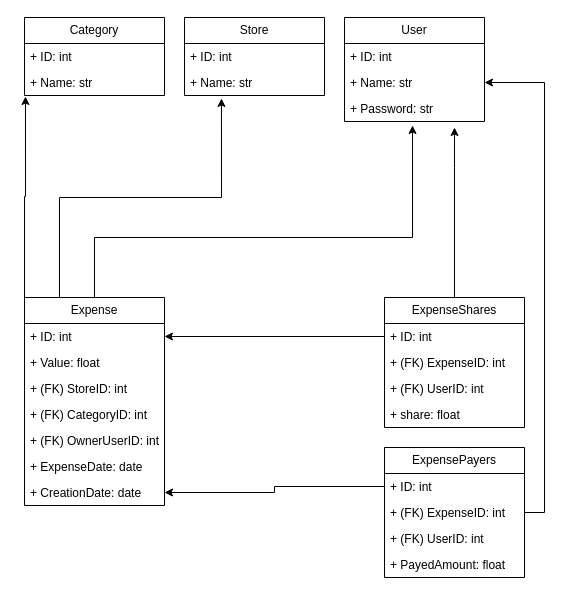
Earlier version of the draw.io diagram expenses.drawio (ESilva15/ExpSplitter). Source tidied: cells renumbered, new cells numbered last; positions are measured from the earlier drawing's top-left corner, leaving out a move shared by most shapes. Both pictures are drawn from the tidied source at 100%, with x=0, y=0 at pixel (24, 17).
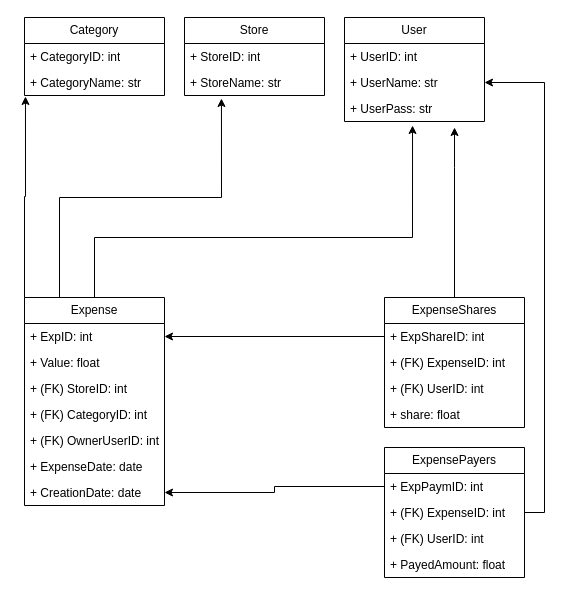
Above is the later version.

Unchanged cells that the change refers to:
```xml
<mxCell id="2" value="Expense" style="swimlane;fontStyle=0;horizontal=1;startSize=26;fillColor=none;whiteSpace=wrap;html=1;" parent="1" vertex="1">
  <mxGeometry y="280" width="140" height="208" as="geometry" />
</mxCell>
<mxCell id="10" value="Category" style="swimlane;fontStyle=0;horizontal=1;startSize=26;fillColor=none;whiteSpace=wrap;html=1;" parent="1" vertex="1">
  <mxGeometry width="140" height="78" as="geometry" />
</mxCell>
<mxCell id="13" value="Store" style="swimlane;fontStyle=0;horizontal=1;startSize=26;fillColor=none;whiteSpace=wrap;html=1;" parent="1" vertex="1">
  <mxGeometry x="160" width="140" height="78" as="geometry" />
</mxCell>
<mxCell id="16" value="User" style="swimlane;fontStyle=0;horizontal=1;startSize=26;fillColor=none;whiteSpace=wrap;html=1;" parent="1" vertex="1">
  <mxGeometry x="320" width="140" height="104" as="geometry" />
</mxCell>
<mxCell id="20" value="ExpensePayers" style="swimlane;fontStyle=0;horizontal=1;startSize=26;fillColor=none;whiteSpace=wrap;html=1;" parent="1" vertex="1">
  <mxGeometry x="360" y="430" width="140" height="130" as="geometry" />
</mxCell>
<mxCell id="25" value="ExpenseShares" style="swimlane;fontStyle=0;horizontal=1;startSize=26;fillColor=none;whiteSpace=wrap;html=1;" parent="1" vertex="1">
  <mxGeometry x="360" y="280" width="140" height="130" as="geometry" />
</mxCell>
```

Diff of the diagram source:
```diff
@@
-    <mxCell id="3" value="+ ID: int&lt;span style=&quot;white-space: pre;&quot;&gt;&#9;&lt;/span&gt;" style="text;strokeColor=none;fillColor=none;align=left;verticalAlign=top;spacingLeft=4;spacingRight=4;overflow=hidden;points=[[0,0.5],[1,0.5]];portConstraint=eastwest;whiteSpace=wrap;html=1;" parent="2" vertex="1">
+    <mxCell id="3" value="+ ExpID: int&lt;span style=&quot;white-space: pre;&quot;&gt;&#9;&lt;/span&gt;" style="text;strokeColor=none;fillColor=none;align=left;verticalAlign=top;spacingLeft=4;spacingRight=4;overflow=hidden;points=[[0,0.5],[1,0.5]];portConstraint=eastwest;whiteSpace=wrap;html=1;" parent="2" vertex="1">
       <mxGeometry y="26" width="140" height="26" as="geometry" />
     </mxCell>
@@
-    <mxCell id="11" value="+ ID: int" style="text;strokeColor=none;fillColor=none;align=left;verticalAlign=top;spacingLeft=4;spacingRight=4;overflow=hidden;whiteSpace=wrap;html=1;" parent="10" vertex="1">
+    <mxCell id="11" value="+ CategoryID: int" style="text;strokeColor=none;fillColor=none;align=left;verticalAlign=top;spacingLeft=4;spacingRight=4;overflow=hidden;whiteSpace=wrap;html=1;" parent="10" vertex="1">
       <mxGeometry y="26" width="140" height="26" as="geometry" />
     </mxCell>
-    <mxCell id="12" value="+ Name: str" style="text;strokeColor=none;fillColor=none;align=left;verticalAlign=top;spacingLeft=4;spacingRight=4;overflow=hidden;points=[[0,0.5],[1,0.5]];portConstraint=eastwest;whiteSpace=wrap;html=1;" parent="10" vertex="1">
+    <mxCell id="12" value="+ CategoryName: str" style="text;strokeColor=none;fillColor=none;align=left;verticalAlign=top;spacingLeft=4;spacingRight=4;overflow=hidden;points=[[0,0.5],[1,0.5]];portConstraint=eastwest;whiteSpace=wrap;html=1;" parent="10" vertex="1">
       <mxGeometry y="52" width="140" height="26" as="geometry" />
     </mxCell>
@@
-    <mxCell id="14" value="+ ID: int" style="text;strokeColor=none;fillColor=none;align=left;verticalAlign=top;spacingLeft=4;spacingRight=4;overflow=hidden;whiteSpace=wrap;html=1;" parent="13" vertex="1">
+    <mxCell id="14" value="+ StoreID: int" style="text;strokeColor=none;fillColor=none;align=left;verticalAlign=top;spacingLeft=4;spacingRight=4;overflow=hidden;whiteSpace=wrap;html=1;" parent="13" vertex="1">
       <mxGeometry y="26" width="140" height="26" as="geometry" />
     </mxCell>
-    <mxCell id="15" value="+ Name: str" style="text;strokeColor=none;fillColor=none;align=left;verticalAlign=top;spacingLeft=4;spacingRight=4;overflow=hidden;points=[[0,0.5],[1,0.5]];portConstraint=eastwest;whiteSpace=wrap;html=1;" parent="13" vertex="1">
+    <mxCell id="15" value="+ StoreName: str" style="text;strokeColor=none;fillColor=none;align=left;verticalAlign=top;spacingLeft=4;spacingRight=4;overflow=hidden;points=[[0,0.5],[1,0.5]];portConstraint=eastwest;whiteSpace=wrap;html=1;" parent="13" vertex="1">
       <mxGeometry y="52" width="140" height="26" as="geometry" />
     </mxCell>
@@
-    <mxCell id="17" value="+ ID: int" style="text;strokeColor=none;fillColor=none;align=left;verticalAlign=top;spacingLeft=4;spacingRight=4;overflow=hidden;whiteSpace=wrap;html=1;" parent="16" vertex="1">
+    <mxCell id="17" value="+ UserID: int" style="text;strokeColor=none;fillColor=none;align=left;verticalAlign=top;spacingLeft=4;spacingRight=4;overflow=hidden;whiteSpace=wrap;html=1;" parent="16" vertex="1">
       <mxGeometry y="26" width="140" height="26" as="geometry" />
     </mxCell>
-    <mxCell id="18" value="+ Name: str" style="text;strokeColor=none;fillColor=none;align=left;verticalAlign=top;spacingLeft=4;spacingRight=4;overflow=hidden;points=[[0,0.5],[1,0.5]];portConstraint=eastwest;whiteSpace=wrap;html=1;" parent="16" vertex="1">
+    <mxCell id="18" value="+ UserName: str" style="text;strokeColor=none;fillColor=none;align=left;verticalAlign=top;spacingLeft=4;spacingRight=4;overflow=hidden;points=[[0,0.5],[1,0.5]];portConstraint=eastwest;whiteSpace=wrap;html=1;" parent="16" vertex="1">
       <mxGeometry y="52" width="140" height="26" as="geometry" />
     </mxCell>
-    <mxCell id="19" value="+ Password: str" style="text;strokeColor=none;fillColor=none;align=left;verticalAlign=top;spacingLeft=4;spacingRight=4;overflow=hidden;points=[[0,0.5],[1,0.5]];portConstraint=eastwest;whiteSpace=wrap;html=1;" parent="16" vertex="1">
+    <mxCell id="19" value="+ UserPass: str" style="text;strokeColor=none;fillColor=none;align=left;verticalAlign=top;spacingLeft=4;spacingRight=4;overflow=hidden;points=[[0,0.5],[1,0.5]];portConstraint=eastwest;whiteSpace=wrap;html=1;" parent="16" vertex="1">
       <mxGeometry y="78" width="140" height="26" as="geometry" />
     </mxCell>
@@
-    <mxCell id="21" value="+ ID: int" style="text;strokeColor=none;fillColor=none;align=left;verticalAlign=top;spacingLeft=4;spacingRight=4;overflow=hidden;points=[[0,0.5],[1,0.5]];portConstraint=eastwest;whiteSpace=wrap;html=1;" parent="20" vertex="1">
+    <mxCell id="21" value="+ ExpPaymID: int" style="text;strokeColor=none;fillColor=none;align=left;verticalAlign=top;spacingLeft=4;spacingRight=4;overflow=hidden;points=[[0,0.5],[1,0.5]];portConstraint=eastwest;whiteSpace=wrap;html=1;" parent="20" vertex="1">
       <mxGeometry y="26" width="140" height="26" as="geometry" />
     </mxCell>
@@
-    <mxCell id="26" value="+ ID: int" style="text;strokeColor=none;fillColor=none;align=left;verticalAlign=top;spacingLeft=4;spacingRight=4;overflow=hidden;points=[[0,0.5],[1,0.5]];portConstraint=eastwest;whiteSpace=wrap;html=1;" parent="25" vertex="1">
+    <mxCell id="26" value="+ ExpShareID: int" style="text;strokeColor=none;fillColor=none;align=left;verticalAlign=top;spacingLeft=4;spacingRight=4;overflow=hidden;points=[[0,0.5],[1,0.5]];portConstraint=eastwest;whiteSpace=wrap;html=1;" parent="25" vertex="1">
       <mxGeometry y="26" width="140" height="26" as="geometry" />
     </mxCell>
```
